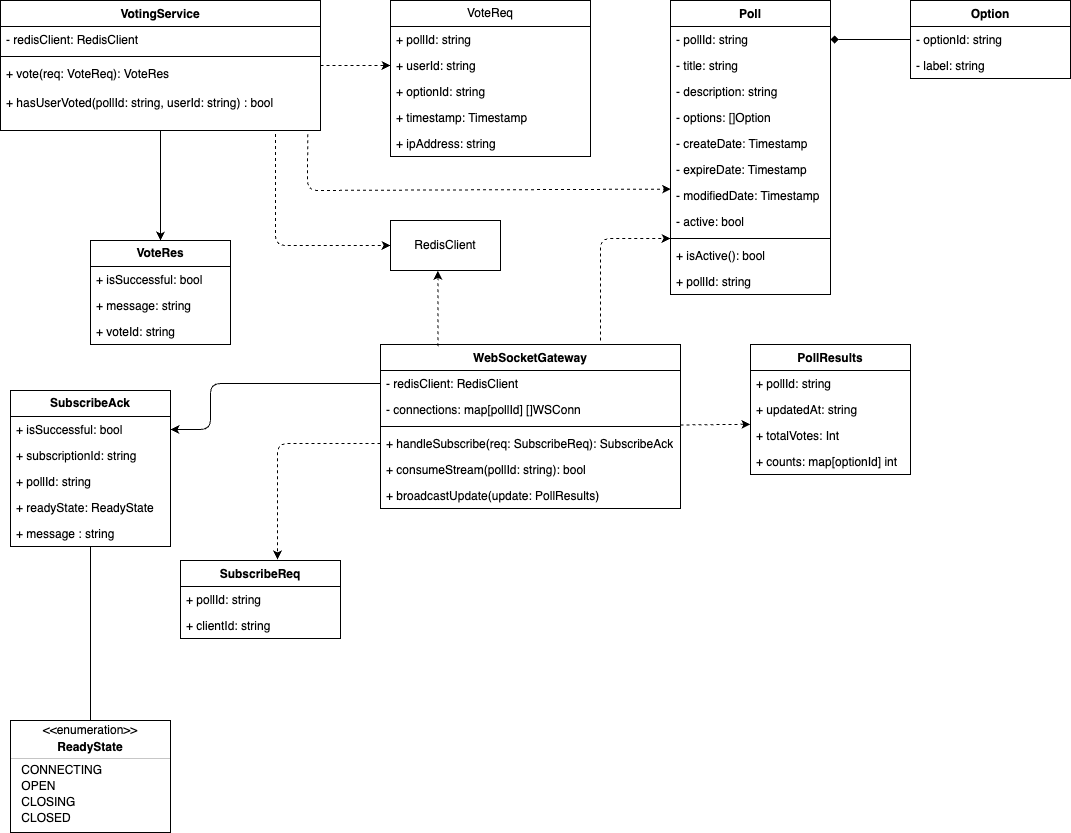
The draw.io diagram 2026-03-02-voting-architecture/voting-service-class-diagram.drawio.png in brunohaetinger/green-team, before a commit. Source tidied: cells renumbered, new cells last; positions are measured from the earlier drawing's top-left corner, leaving out a move shared by most shapes.
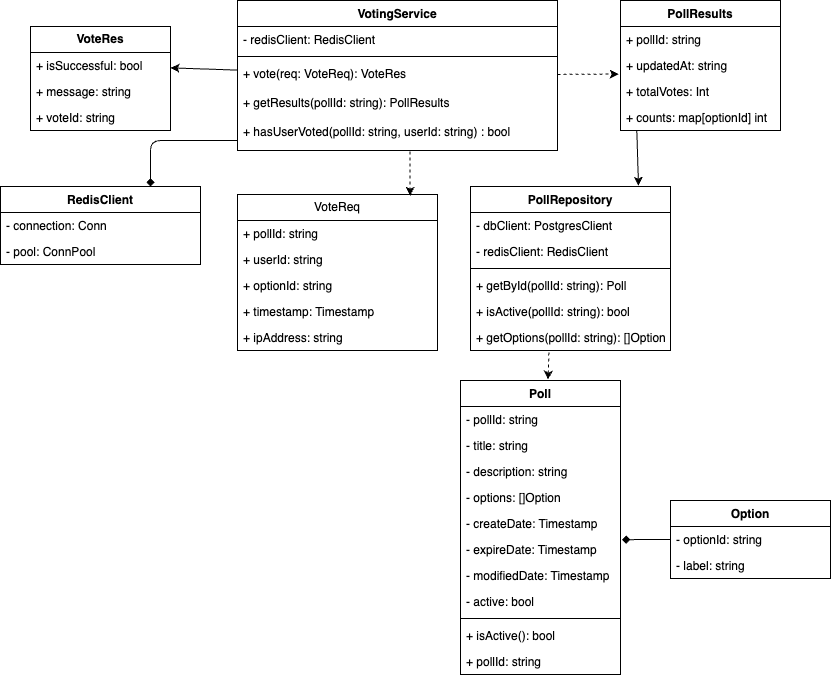
After the change.

Commit message:
separate voting service and websocket service

Diff of the diagram source:
```diff
@@ -2,14 +2,14 @@
   <root>
     <mxCell id="0" />
     <mxCell id="1" parent="0" />
-    <mxCell id="2" style="edgeStyle=none;html=1;dashed=1;entryX=0;entryY=0.5;entryDx=0;entryDy=0;" parent="1" edge="1" source="4" target="10">
+    <mxCell id="2" style="edgeStyle=none;html=1;dashed=1;entryX=0.863;entryY=0.008;entryDx=0;entryDy=0;entryPerimeter=0;exitX=0.539;exitY=1.01;exitDx=0;exitDy=0;exitPerimeter=0;" parent="1" edge="1" source="7" target="8">
       <mxGeometry relative="1" as="geometry" />
     </mxCell>
-    <mxCell id="3" style="edgeStyle=none;html=1;entryX=0.5;entryY=0;entryDx=0;entryDy=0;" parent="1" edge="1" source="4" target="14">
+    <mxCell id="3" style="edgeStyle=none;html=1;" parent="1" edge="1" source="4" target="15">
       <mxGeometry relative="1" as="geometry" />
     </mxCell>
     <mxCell id="4" value="VotingService" style="swimlane;fontStyle=1;align=center;verticalAlign=top;horizontal=1;startSize=26;whiteSpace=wrap;html=1;" parent="1" vertex="1">
-      <mxGeometry width="320" height="130" as="geometry" />
+      <mxGeometry x="287" y="-140" width="320" height="150" as="geometry" />
     </mxCell>
     <mxCell id="5" value="- redisClient: RedisClient" style="text;strokeColor=none;fillColor=none;align=left;verticalAlign=top;spacingLeft=4;spacingRight=4;overflow=hidden;whiteSpace=wrap;html=1;" parent="4" vertex="1">
       <mxGeometry y="26" width="320" height="26" as="geometry" />
@@ -17,11 +17,11 @@
     <mxCell id="6" style="line;strokeWidth=1;fillColor=none;align=left;verticalAlign=middle;spacingTop=-1;spacingLeft=3;spacingRight=3;labelPosition=right;strokeColor=inherit;" parent="4" vertex="1">
       <mxGeometry y="52" width="320" height="8" as="geometry" />
     </mxCell>
-    <mxCell id="7" value="+ vote(req: VoteReq): VoteRes&lt;div&gt;&lt;br&gt;&lt;/div&gt;&lt;div&gt;+ hasUserVoted(pollId: string, userId: string) : bool&lt;/div&gt;" style="text;strokeColor=none;fillColor=none;align=left;verticalAlign=top;spacingLeft=4;spacingRight=4;overflow=hidden;points=[[0,0.5],[1,0.5]];portConstraint=eastwest;whiteSpace=wrap;html=1;" parent="4" vertex="1">
-      <mxGeometry y="60" width="320" height="70" as="geometry" />
+    <mxCell id="7" value="+ vote(req: VoteReq): VoteRes&lt;div&gt;&lt;font color=&quot;#000000&quot;&gt;&lt;br&gt;&lt;/font&gt;&lt;/div&gt;&lt;div&gt;&lt;font color=&quot;#000000&quot;&gt;+ getResults(pollId: string): PollResults&lt;br&gt;&lt;/font&gt;&lt;div&gt;&lt;br&gt;&lt;/div&gt;&lt;div&gt;+ hasUserVoted(pollId: string, userId: string) : bool&lt;/div&gt;&lt;/div&gt;" style="text;strokeColor=none;fillColor=none;align=left;verticalAlign=top;spacingLeft=4;spacingRight=4;overflow=hidden;points=[[0,0.5],[1,0.5]];portConstraint=eastwest;whiteSpace=wrap;html=1;" parent="4" vertex="1">
+      <mxGeometry y="60" width="320" height="90" as="geometry" />
     </mxCell>
     <mxCell id="8" value="VoteReq" style="swimlane;fontStyle=0;horizontal=1;startSize=26;fillColor=none;whiteSpace=wrap;html=1;" parent="1" vertex="1">
-      <mxGeometry x="390" width="200" height="156" as="geometry" />
+      <mxGeometry x="287" y="54" width="200" height="156" as="geometry" />
     </mxCell>
     <mxCell id="9" value="+ pollId: string" style="text;strokeColor=none;fillColor=none;align=left;verticalAlign=top;spacingLeft=4;spacingRight=4;overflow=hidden;whiteSpace=wrap;html=1;" parent="8" vertex="1">
       <mxGeometry y="26" width="200" height="26" as="geometry" />
@@ -39,7 +39,7 @@
       <mxGeometry y="130" width="200" height="26" as="geometry" />
     </mxCell>
     <mxCell id="14" value="&lt;b&gt;VoteRes&lt;/b&gt;" style="swimlane;fontStyle=0;horizontal=1;startSize=26;fillColor=none;whiteSpace=wrap;html=1;" parent="1" vertex="1">
-      <mxGeometry x="90" y="240" width="140" height="104" as="geometry" />
+      <mxGeometry x="80" y="-114" width="140" height="104" as="geometry" />
     </mxCell>
     <mxCell id="15" value="+ isSuccessful: bool" style="text;strokeColor=none;fillColor=none;align=left;verticalAlign=top;spacingLeft=4;spacingRight=4;overflow=hidden;points=[[0,0.5],[1,0.5]];portConstraint=eastwest;whiteSpace=wrap;html=1;" parent="14" vertex="1">
       <mxGeometry y="26" width="140" height="26" as="geometry" />
@@ -51,7 +51,7 @@
       <mxGeometry y="78" width="140" height="26" as="geometry" />
     </mxCell>
     <mxCell id="18" value="Poll" style="swimlane;fontStyle=1;align=center;verticalAlign=top;horizontal=1;startSize=26;whiteSpace=wrap;html=1;" parent="1" vertex="1">
-      <mxGeometry x="670" width="160" height="294" as="geometry" />
+      <mxGeometry x="510" y="240" width="160" height="294" as="geometry" />
     </mxCell>
     <mxCell id="19" value="- pollId: string" style="text;strokeColor=none;fillColor=none;align=left;verticalAlign=top;spacingLeft=4;spacingRight=4;overflow=hidden;points=[[0,0.5],[1,0.5]];portConstraint=eastwest;whiteSpace=wrap;html=1;" parent="18" vertex="1">
       <mxGeometry y="26" width="160" height="26" as="geometry" />
@@ -87,7 +87,7 @@
       <mxGeometry y="268" width="160" height="26" as="geometry" />
     </mxCell>
     <mxCell id="30" value="Option" style="swimlane;fontStyle=1;align=center;verticalAlign=top;horizontal=1;startSize=26;whiteSpace=wrap;html=1;" parent="1" vertex="1">
-      <mxGeometry x="910" width="160" height="78" as="geometry" />
+      <mxGeometry x="720" y="360" width="160" height="78" as="geometry" />
     </mxCell>
     <mxCell id="31" value="- optionId: string" style="text;strokeColor=none;fillColor=none;align=left;verticalAlign=top;spacingLeft=4;spacingRight=4;overflow=hidden;points=[[0,0.5],[1,0.5]];portConstraint=eastwest;whiteSpace=wrap;html=1;" parent="30" vertex="1">
       <mxGeometry y="26" width="160" height="26" as="geometry" />
@@ -95,79 +95,21 @@
     <mxCell id="32" value="- label: string" style="text;strokeColor=none;fillColor=none;align=left;verticalAlign=top;spacingLeft=4;spacingRight=4;overflow=hidden;whiteSpace=wrap;html=1;" parent="30" vertex="1">
       <mxGeometry y="52" width="160" height="26" as="geometry" />
     </mxCell>
-    <mxCell id="33" style="html=1;entryX=0;entryY=0.5;entryDx=0;entryDy=0;startArrow=diamond;startFill=1;endArrow=none;endFill=0;" parent="1" edge="1" source="19" target="31">
+    <mxCell id="33" style="html=1;entryX=0;entryY=0.5;entryDx=0;entryDy=0;startArrow=diamond;startFill=1;endArrow=none;endFill=0;exitX=1.009;exitY=0.122;exitDx=0;exitDy=0;exitPerimeter=0;" parent="1" edge="1" source="24" target="31">
       <mxGeometry relative="1" as="geometry" />
     </mxCell>
-    <mxCell id="34" value="SubscribeReq" style="swimlane;fontStyle=1;align=center;verticalAlign=top;horizontal=1;startSize=26;whiteSpace=wrap;html=1;" parent="1" vertex="1">
-      <mxGeometry x="180" y="560" width="160" height="78" as="geometry" />
-    </mxCell>
-    <mxCell id="35" value="+ pollId: string" style="text;strokeColor=none;fillColor=none;align=left;verticalAlign=top;spacingLeft=4;spacingRight=4;overflow=hidden;whiteSpace=wrap;html=1;" parent="34" vertex="1">
-      <mxGeometry y="26" width="160" height="26" as="geometry" />
-    </mxCell>
-    <mxCell id="36" value="+ clientId: string" style="text;strokeColor=none;fillColor=none;align=left;verticalAlign=top;spacingLeft=4;spacingRight=4;overflow=hidden;whiteSpace=wrap;html=1;" parent="34" vertex="1">
-      <mxGeometry y="52" width="160" height="26" as="geometry" />
-    </mxCell>
-    <mxCell id="37" style="endArrow=classic;html=1;entryX=0.606;entryY=-0.014;entryDx=0;entryDy=0;entryPerimeter=0;dashed=1;exitX=0;exitY=0.5;exitDx=0;exitDy=0;" parent="1" edge="1" source="64" target="34">
-      <mxGeometry relative="1" as="geometry">
-        <Array as="points">
-          <mxPoint x="277" y="443" />
-        </Array>
-      </mxGeometry>
-    </mxCell>
-    <mxCell id="38" style="edgeStyle=none;html=1;entryX=0.5;entryY=0;entryDx=0;entryDy=0;endArrow=none;endFill=0;" parent="1" edge="1" source="39" target="46">
-      <mxGeometry relative="1" as="geometry" />
-    </mxCell>
-    <mxCell id="39" value="&lt;b&gt;SubscribeAck&lt;/b&gt;" style="swimlane;fontStyle=0;horizontal=1;startSize=26;fillColor=none;whiteSpace=wrap;html=1;" parent="1" vertex="1">
-      <mxGeometry x="10" y="390" width="160" height="156" as="geometry" />
-    </mxCell>
-    <mxCell id="40" value="+ isSuccessful: bool" style="text;strokeColor=none;fillColor=none;align=left;verticalAlign=top;spacingLeft=4;spacingRight=4;overflow=hidden;points=[[0,0.5],[1,0.5]];portConstraint=eastwest;whiteSpace=wrap;html=1;" parent="39" vertex="1">
-      <mxGeometry y="26" width="160" height="26" as="geometry" />
-    </mxCell>
-    <mxCell id="41" value="+ subscriptionId: string" style="text;strokeColor=none;fillColor=none;align=left;verticalAlign=top;spacingLeft=4;spacingRight=4;overflow=hidden;whiteSpace=wrap;html=1;" parent="39" vertex="1">
-      <mxGeometry y="52" width="160" height="26" as="geometry" />
-    </mxCell>
-    <mxCell id="42" value="+ pollId: string" style="text;strokeColor=none;fillColor=none;align=left;verticalAlign=top;spacingLeft=4;spacingRight=4;overflow=hidden;whiteSpace=wrap;html=1;" parent="39" vertex="1">
-      <mxGeometry y="78" width="160" height="26" as="geometry" />
-    </mxCell>
-    <mxCell id="43" value="+ readyState: ReadyState" style="text;strokeColor=none;fillColor=none;align=left;verticalAlign=top;spacingLeft=4;spacingRight=4;overflow=hidden;whiteSpace=wrap;html=1;" parent="39" vertex="1">
-      <mxGeometry y="104" width="160" height="26" as="geometry" />
-    </mxCell>
-    <mxCell id="44" value="+ message : string" style="text;strokeColor=none;fillColor=none;align=left;verticalAlign=top;spacingLeft=4;spacingRight=4;overflow=hidden;whiteSpace=wrap;html=1;" parent="39" vertex="1">
-      <mxGeometry y="130" width="160" height="26" as="geometry" />
-    </mxCell>
-    <mxCell id="45" style="fontStyle=1;align=center;verticalAlign=middle;horizontal=1;" parent="1" vertex="1">
-      <mxGeometry x="10" y="720" width="160" height="112" as="geometry" />
-    </mxCell>
-    <mxCell id="46" value="&amp;lt;&amp;lt;enumeration&amp;gt;&amp;gt;" style="html=1;align=center;spacing=0;verticalAlign=middle;strokeColor=none;fillColor=none;whiteSpace=wrap;" parent="45" vertex="1">
-      <mxGeometry width="160" height="20" as="geometry" />
-    </mxCell>
-    <mxCell id="47" value="ReadyState" style="html=1;align=center;spacing=0;verticalAlign=middle;strokeColor=none;fillColor=none;whiteSpace=wrap;fontStyle=1;" parent="45" vertex="1">
-      <mxGeometry y="20" width="160" height="14" as="geometry" />
-    </mxCell>
-    <mxCell id="48" style="line;strokeWidth=0.25;fillColor=none;align=left;verticalAlign=middle;spacingTop=-1;spacingLeft=3;spacingRight=3;labelPosition=right;" parent="45" vertex="1">
-      <mxGeometry y="34" width="160" height="8" as="geometry" />
-    </mxCell>
-    <mxCell id="49" value="&amp;nbsp;CONNECTING" style="html=1;align=left;spacing=0;spacingLeft=8;verticalAlign=middle;strokeColor=none;fillColor=none;whiteSpace=wrap;" parent="45" vertex="1">
-      <mxGeometry y="42" width="160" height="16" as="geometry" />
-    </mxCell>
-    <mxCell id="50" value="&amp;nbsp;OPEN" style="html=1;align=left;spacing=0;spacingLeft=8;verticalAlign=middle;strokeColor=none;fillColor=none;whiteSpace=wrap;" parent="45" vertex="1">
-      <mxGeometry y="58" width="160" height="16" as="geometry" />
-    </mxCell>
-    <mxCell id="51" value="&amp;nbsp;CLOSING" style="html=1;align=left;spacing=0;spacingLeft=8;verticalAlign=middle;strokeColor=none;fillColor=none;whiteSpace=wrap;" parent="45" vertex="1">
-      <mxGeometry y="74" width="160" height="16" as="geometry" />
-    </mxCell>
-    <mxCell id="52" value="&amp;nbsp;CLOSED" style="html=1;align=left;spacing=0;spacingLeft=8;verticalAlign=middle;strokeColor=none;fillColor=none;whiteSpace=wrap;" parent="45" vertex="1">
-      <mxGeometry y="90" width="160" height="16" as="geometry" />
-    </mxCell>
-    <mxCell id="53" style="html=1;align=left;spacing=0;spacingLeft=8;verticalAlign=middle;strokeColor=none;fillColor=none;whiteSpace=wrap;" parent="45" vertex="1">
-      <mxGeometry y="106" width="160" height="6" as="geometry" />
-    </mxCell>
+    <mxCell id="71" style="endArrow=classic;html=1;exitX=0.392;exitY=1.08;exitDx=0;exitDy=0;dashed=1;entryX=0.547;entryY=-0.003;entryDx=0;entryDy=0;entryPerimeter=0;exitPerimeter=0;" parent="1" edge="1" source="81" target="18">
+      <mxGeometry relative="1" as="geometry" />
+    </mxCell>
+    <mxCell id="73" style="edgeStyle=none;html=1;exitX=0.102;exitY=1.013;exitDx=0;exitDy=0;exitPerimeter=0;entryX=0.84;entryY=-0.005;entryDx=0;entryDy=0;entryPerimeter=0;" parent="1" edge="1" source="58" target="76">
+      <mxGeometry relative="1" as="geometry" />
+    </mxCell>
     <mxCell id="54" value="PollResults" style="swimlane;fontStyle=1;align=center;verticalAlign=top;horizontal=1;startSize=26;whiteSpace=wrap;html=1;" parent="1" vertex="1">
-      <mxGeometry x="750" y="344" width="160" height="130" as="geometry" />
+      <mxGeometry x="670" y="-140" width="160" height="130" as="geometry" />
     </mxCell>
-    <mxCell id="55" value="+ pollId: string" style="text;strokeColor=none;fillColor=none;align=left;verticalAlign=top;spacingLeft=4;spacingRight=4;overflow=hidden;whiteSpace=wrap;html=1;" parent="54" vertex="1">
-      <mxGeometry y="26" width="160" height="26" as="geometry" />
-    </mxCell>
+    <mxCell id="74" value="+ pollId: string" style="text;strokeColor=none;fillColor=none;align=left;verticalAlign=top;spacingLeft=4;spacingRight=4;overflow=hidden;whiteSpace=wrap;html=1;" parent="54" vertex="1">
+      <mxGeometry y="26" width="160" height="26" as="geometry" />
+    </mxCell>
     <mxCell id="56" value="+ updatedAt: string" style="text;strokeColor=none;fillColor=none;align=left;verticalAlign=top;spacingLeft=4;spacingRight=4;overflow=hidden;points=[[0,0.5],[1,0.5]];portConstraint=eastwest;whiteSpace=wrap;html=1;" parent="54" vertex="1">
       <mxGeometry y="52" width="160" height="26" as="geometry" />
     </mxCell>
@@ -177,65 +119,45 @@
     <mxCell id="58" value="+ counts: map[optionId] int" style="text;strokeColor=none;fillColor=none;align=left;verticalAlign=top;spacingLeft=4;spacingRight=4;overflow=hidden;points=[[0,0.5],[1,0.5]];portConstraint=eastwest;whiteSpace=wrap;html=1;" parent="54" vertex="1">
       <mxGeometry y="104" width="160" height="26" as="geometry" />
     </mxCell>
-    <mxCell id="59" style="edgeStyle=none;html=1;dashed=1;entryX=-0.001;entryY=0.068;entryDx=0;entryDy=0;entryPerimeter=0;" parent="1" edge="1" source="60" target="57">
-      <mxGeometry relative="1" as="geometry" />
-    </mxCell>
-    <mxCell id="60" value="WebSocketGateway" style="swimlane;fontStyle=1;align=center;verticalAlign=top;horizontal=1;startSize=26;whiteSpace=wrap;html=1;" parent="1" vertex="1">
-      <mxGeometry x="380" y="344" width="300" height="164" as="geometry" />
-    </mxCell>
+    <mxCell id="75" style="edgeStyle=none;html=1;entryX=-0.011;entryY=0.827;entryDx=0;entryDy=0;entryPerimeter=0;dashed=1;" parent="1" edge="1" source="4" target="56">
+      <mxGeometry relative="1" as="geometry" />
+    </mxCell>
+    <mxCell id="76" value="PollRepository" style="swimlane;fontStyle=1;align=center;verticalAlign=top;horizontal=1;startSize=26;whiteSpace=wrap;html=1;" parent="1" vertex="1">
+      <mxGeometry x="520" y="46" width="200" height="164" as="geometry" />
+    </mxCell>
+    <mxCell id="77" value="- dbClient: PostgresClient" style="text;strokeColor=none;fillColor=none;align=left;verticalAlign=top;spacingLeft=4;spacingRight=4;overflow=hidden;whiteSpace=wrap;html=1;" parent="76" vertex="1">
+      <mxGeometry y="26" width="200" height="26" as="geometry" />
+    </mxCell>
-    <mxCell id="61" value="- redisClient: RedisClient" style="text;strokeColor=none;fillColor=none;align=left;verticalAlign=top;spacingLeft=4;spacingRight=4;overflow=hidden;points=[[0,0.5],[1,0.5]];portConstraint=eastwest;whiteSpace=wrap;html=1;" parent="60" vertex="1">
-      <mxGeometry y="26" width="300" height="26" as="geometry" />
+    <mxCell id="61" value="- redisClient: RedisClient" style="text;strokeColor=none;fillColor=none;align=left;verticalAlign=top;spacingLeft=4;spacingRight=4;overflow=hidden;points=[[0,0.5],[1,0.5]];portConstraint=eastwest;whiteSpace=wrap;html=1;" parent="76" vertex="1">
+      <mxGeometry y="52" width="200" height="26" as="geometry" />
     </mxCell>
-    <mxCell id="62" value="- connections: map[pollId] []WSConn" style="text;strokeColor=none;fillColor=none;align=left;verticalAlign=top;spacingLeft=4;spacingRight=4;overflow=hidden;whiteSpace=wrap;html=1;" parent="60" vertex="1">
-      <mxGeometry y="52" width="300" height="26" as="geometry" />
-    </mxCell>
-    <mxCell id="63" style="line;strokeWidth=1;fillColor=none;align=left;verticalAlign=middle;spacingTop=-1;spacingLeft=3;spacingRight=3;labelPosition=right;strokeColor=inherit;" parent="60" vertex="1">
-      <mxGeometry y="78" width="300" height="8" as="geometry" />
-    </mxCell>
-    <mxCell id="64" value="+ handleSubscribe(req: SubscribeReq): SubscribeAck" style="text;strokeColor=none;fillColor=none;align=left;verticalAlign=top;spacingLeft=4;spacingRight=4;overflow=hidden;points=[[0,0.5],[1,0.5]];portConstraint=eastwest;whiteSpace=wrap;html=1;" parent="60" vertex="1">
-      <mxGeometry y="86" width="300" height="26" as="geometry" />
-    </mxCell>
-    <mxCell id="65" value="+ consumeStream(pollId: string): bool" style="text;strokeColor=none;fillColor=none;align=left;verticalAlign=top;spacingLeft=4;spacingRight=4;overflow=hidden;whiteSpace=wrap;html=1;" parent="60" vertex="1">
-      <mxGeometry y="112" width="300" height="26" as="geometry" />
-    </mxCell>
-    <mxCell id="66" value="+ broadcastUpdate(update: PollResults)" style="text;strokeColor=none;fillColor=none;align=left;verticalAlign=top;spacingLeft=4;spacingRight=4;overflow=hidden;whiteSpace=wrap;html=1;" parent="60" vertex="1">
-      <mxGeometry y="138" width="300" height="26" as="geometry" />
-    </mxCell>
-    <mxCell id="67" style="edgeStyle=none;html=1;entryX=1;entryY=0.5;entryDx=0;entryDy=0;" parent="1" edge="1" source="61" target="40">
-      <mxGeometry relative="1" as="geometry">
-        <Array as="points">
-          <mxPoint x="210" y="383" />
-          <mxPoint x="210" y="429" />
-        </Array>
-      </mxGeometry>
-    </mxCell>
+    <mxCell id="78" style="line;strokeWidth=1;fillColor=none;align=left;verticalAlign=middle;spacingTop=-1;spacingLeft=3;spacingRight=3;labelPosition=right;strokeColor=inherit;" parent="76" vertex="1">
+      <mxGeometry y="78" width="200" height="8" as="geometry" />
+    </mxCell>
+    <mxCell id="79" value="+ getById(pollId: string): Poll" style="text;strokeColor=none;fillColor=none;align=left;verticalAlign=top;spacingLeft=4;spacingRight=4;overflow=hidden;whiteSpace=wrap;html=1;" parent="76" vertex="1">
+      <mxGeometry y="86" width="200" height="26" as="geometry" />
+    </mxCell>
+    <mxCell id="80" value="+ isActive(pollId: string): bool" style="text;strokeColor=none;fillColor=none;align=left;verticalAlign=top;spacingLeft=4;spacingRight=4;overflow=hidden;whiteSpace=wrap;html=1;" parent="76" vertex="1">
+      <mxGeometry y="112" width="200" height="26" as="geometry" />
+    </mxCell>
+    <mxCell id="81" value="+ getOptions(pollId: string): []Option" style="text;strokeColor=none;fillColor=none;align=left;verticalAlign=top;spacingLeft=4;spacingRight=4;overflow=hidden;points=[[0,0.5],[1,0.5]];portConstraint=eastwest;whiteSpace=wrap;html=1;" parent="76" vertex="1">
+      <mxGeometry y="138" width="200" height="26" as="geometry" />
+    </mxCell>
-    <mxCell id="68" value="RedisClient" style="html=1;whiteSpace=wrap;" parent="1" vertex="1">
-      <mxGeometry x="390" y="220" width="110" height="50" as="geometry" />
+    <mxCell id="68" value="RedisClient&lt;div&gt;&lt;br&gt;&lt;/div&gt;" style="swimlane;fontStyle=1;align=center;verticalAlign=top;horizontal=1;startSize=26;whiteSpace=wrap;html=1;" parent="1" vertex="1">
+      <mxGeometry x="50" y="46" width="200" height="78" as="geometry" />
     </mxCell>
+    <mxCell id="82" value="- connection: Conn" style="text;strokeColor=none;fillColor=none;align=left;verticalAlign=top;spacingLeft=4;spacingRight=4;overflow=hidden;whiteSpace=wrap;html=1;" parent="68" vertex="1">
+      <mxGeometry y="26" width="200" height="26" as="geometry" />
+    </mxCell>
+    <mxCell id="83" value="- pool: ConnPool" style="text;strokeColor=none;fillColor=none;align=left;verticalAlign=top;spacingLeft=4;spacingRight=4;overflow=hidden;whiteSpace=wrap;html=1;" parent="68" vertex="1">
+      <mxGeometry y="52" width="200" height="26" as="geometry" />
+    </mxCell>
-    <mxCell id="69" style="endArrow=classic;html=1;exitX=0.859;exitY=1.049;exitDx=0;exitDy=0;exitPerimeter=0;entryX=0;entryY=0.5;entryDx=0;entryDy=0;dashed=1;" parent="1" edge="1" source="7" target="68">
+    <mxCell id="69" style="edgeStyle=none;html=1;entryX=0.75;entryY=0;entryDx=0;entryDy=0;exitX=-0.001;exitY=0.889;exitDx=0;exitDy=0;exitPerimeter=0;endArrow=diamond;endFill=1;" parent="1" edge="1" source="7" target="68">
       <mxGeometry relative="1" as="geometry">
         <Array as="points">
-          <mxPoint x="275" y="245" />
+          <mxPoint x="200" />
         </Array>
       </mxGeometry>
     </mxCell>
-    <mxCell id="70" style="endArrow=classic;html=1;exitX=0.192;exitY=0.01;exitDx=0;exitDy=0;exitPerimeter=0;entryX=0.432;entryY=1.006;entryDx=0;entryDy=0;entryPerimeter=0;dashed=1;" parent="1" edge="1" source="60" target="68">
-      <mxGeometry relative="1" as="geometry" />
-    </mxCell>
-    <mxCell id="71" style="endArrow=classic;html=1;entryX=0.003;entryY=0.254;entryDx=0;entryDy=0;exitX=0.96;exitY=1.053;exitDx=0;exitDy=0;exitPerimeter=0;entryPerimeter=0;dashed=1;" parent="1" edge="1" source="7" target="25">
-      <mxGeometry relative="1" as="geometry">
-        <Array as="points">
-          <mxPoint x="307" y="190" />
-        </Array>
-      </mxGeometry>
-    </mxCell>
-    <mxCell id="72" style="endArrow=classic;html=1;dashed=1;" parent="1" edge="1" target="27">
-      <mxGeometry relative="1" as="geometry">
-        <mxPoint x="600" y="340" as="sourcePoint" />
-        <Array as="points">
-          <mxPoint x="600" y="238" />
-        </Array>
-      </mxGeometry>
-    </mxCell>
   </root>
 </mxGraphModel>
```
